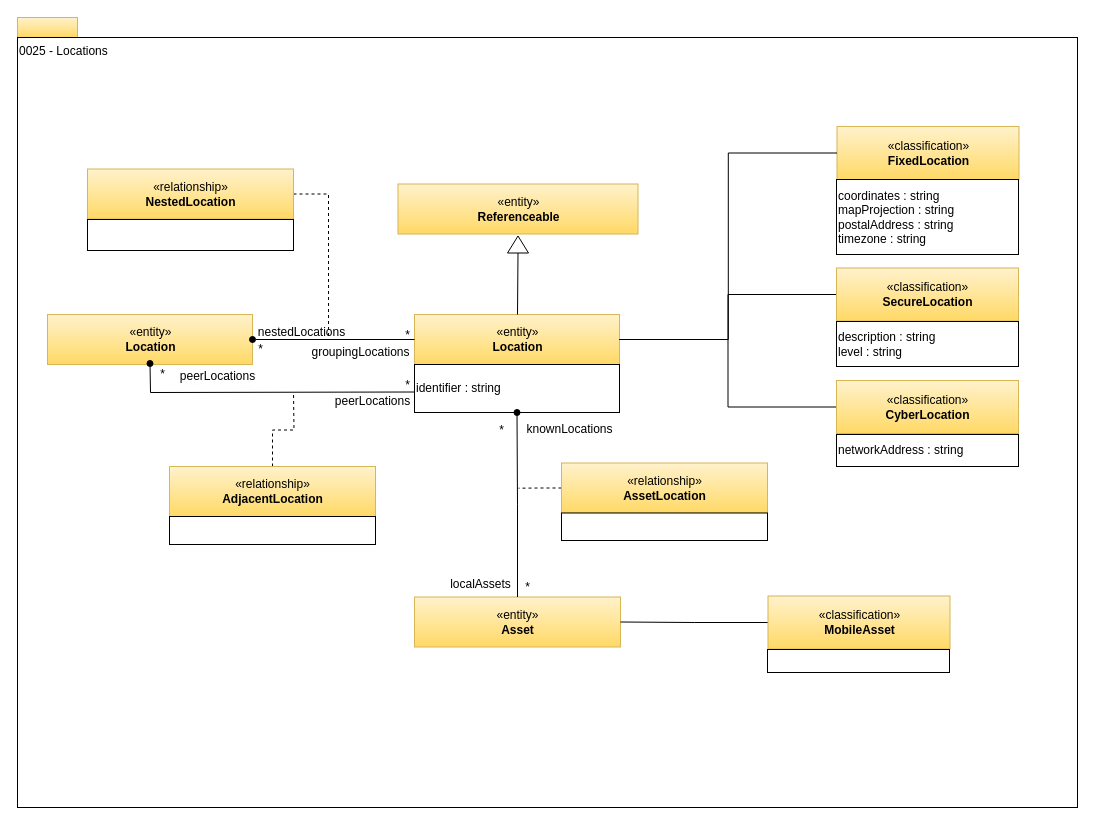
Before: page "0025-Locations" (17 of 32) of site/docs/types/0/area-0-basic-types-and-infrastructure.drawio in odpi/egeria-docs, a draw.io diagram. Source tidied: cells renumbered, new cells numbered last; positions are measured from the earlier drawing's top-left corner, leaving out a move shared by most shapes. Both pictures are drawn from the tidied source at 100%, with x=0, y=0 at pixel (17, 17).
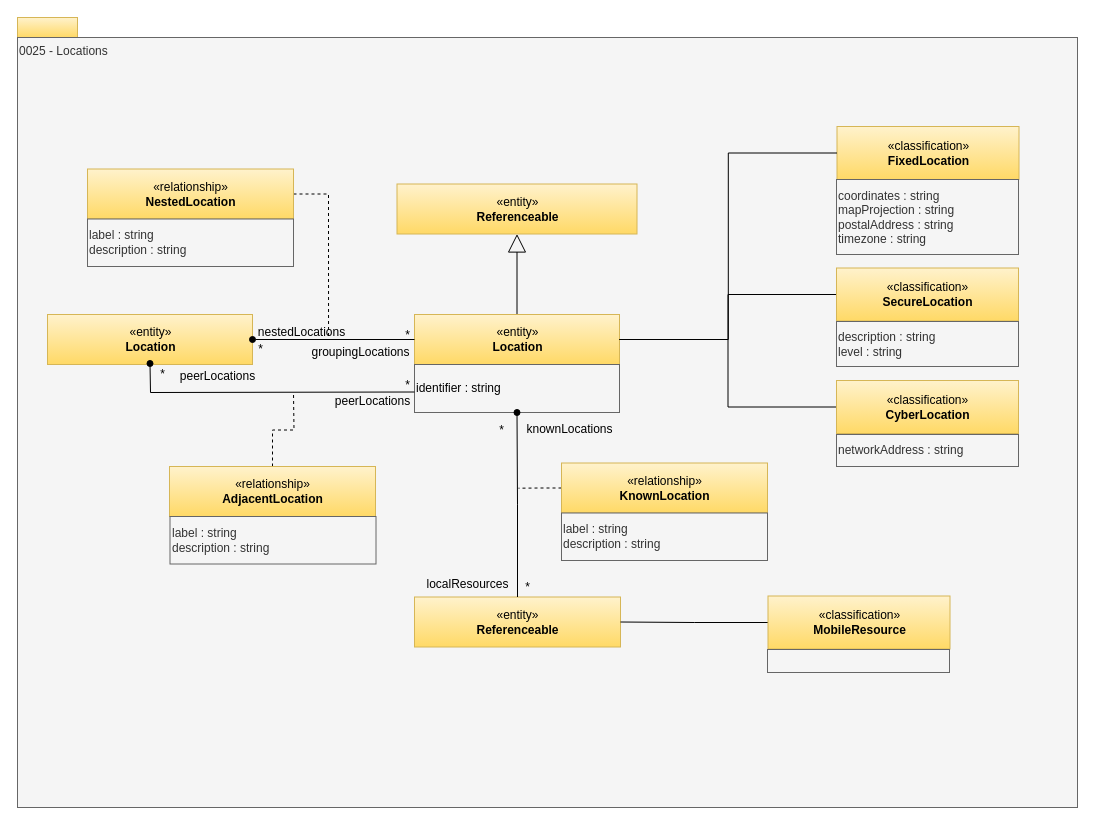
The same diagram, later.

The change refers to these unchanged cells:
```xml
<mxCell id="4" value="«entity»&lt;br&gt;&lt;b&gt;Location&lt;/b&gt;" style="html=1;strokeColor=#d6b656;align=center;fillColor=#fff2cc;gradientColor=#ffd966;" parent="1" vertex="1">
  <mxGeometry x="397" y="297" width="205" height="50" as="geometry" />
</mxCell>
```

Diff of the diagram source:
```diff
@@
-    <mxCell id="3" value="0025 - Locations" style="rounded=0;whiteSpace=wrap;html=1;align=left;verticalAlign=top;" parent="1" vertex="1">
+    <mxCell id="3" value="0025 - Locations" style="rounded=0;whiteSpace=wrap;html=1;align=left;verticalAlign=top;fillColor=#f5f5f5;fontColor=#333333;strokeColor=#666666;" parent="1" vertex="1">
       <mxGeometry y="20" width="1060" height="770" as="geometry" />
     </mxCell>
+    <mxCell id="47" style="edgeStyle=orthogonalEdgeStyle;rounded=0;jettySize=auto;html=1;exitX=0.5;exitY=0;exitDx=0;exitDy=0;entryX=0.5;entryY=1;entryDx=0;entryDy=0;endArrow=block;endFill=0;endSize=16;" parent="1" edge="1" source="4" target="35">
+      <mxGeometry relative="1" as="geometry" />
+    </mxCell>
@@
-    <mxCell id="5" value="«entity»&lt;br&gt;&lt;b&gt;Asset&lt;/b&gt;" style="html=1;strokeColor=#d6b656;align=center;fillColor=#fff2cc;gradientColor=#ffd966;" parent="1" vertex="1">
+    <mxCell id="5" value="«entity»&lt;br&gt;&lt;b&gt;Referenceable&lt;/b&gt;" style="html=1;strokeColor=#d6b656;align=center;fillColor=#fff2cc;gradientColor=#ffd966;" parent="1" vertex="1">
       <mxGeometry x="397" y="579.5" width="206" height="50" as="geometry" />
     </mxCell>
@@
-    <mxCell id="7" value="«relationship»&lt;br&gt;&lt;b&gt;AssetLocation&lt;/b&gt;" style="html=1;strokeColor=#d6b656;align=center;fillColor=#fff2cc;gradientColor=#ffd966;" parent="1" vertex="1">
+    <mxCell id="7" value="«relationship»&lt;br&gt;&lt;b&gt;KnownLocation&lt;/b&gt;" style="html=1;strokeColor=#d6b656;align=center;fillColor=#fff2cc;gradientColor=#ffd966;" parent="1" vertex="1">
       <mxGeometry x="544" y="445.5" width="206" height="50" as="geometry" />
     </mxCell>
-    <mxCell id="8" style="rounded=0;whiteSpace=wrap;html=1;strokeColor=#000000;gradientColor=#ffffff;align=left;" parent="1" vertex="1">
-      <mxGeometry x="544" y="495.5" width="206" height="27.5" as="geometry" />
+    <mxCell id="8" value="label : string&lt;div&gt;description : string&lt;/div&gt;" style="rounded=0;whiteSpace=wrap;html=1;strokeColor=#666666;align=left;fillColor=#f5f5f5;fontColor=#333333;" parent="1" vertex="1">
+      <mxGeometry x="544" y="495.5" width="206" height="47.5" as="geometry" />
     </mxCell>
@@
-    <mxCell id="12" value="localAssets" style="text;html=1;align=center;verticalAlign=top;spacingTop=-4;" parent="1" vertex="1">
-      <mxGeometry x="427" y="557" width="71" height="14" as="geometry" />
+    <mxCell id="12" value="localResources" style="text;html=1;align=center;verticalAlign=top;spacingTop=-4;" parent="1" vertex="1">
+      <mxGeometry x="400" y="556.5" width="100" height="20" as="geometry" />
     </mxCell>
@@
-    <mxCell id="15" value="coordinates : string&lt;br&gt;mapProjection : string&lt;br&gt;postalAddress : string&lt;br&gt;timezone : string" style="rounded=0;whiteSpace=wrap;html=1;strokeColor=#000000;gradientColor=#ffffff;align=left;" parent="1" vertex="1">
+    <mxCell id="15" value="coordinates : string&lt;br&gt;mapProjection : string&lt;br&gt;postalAddress : string&lt;br&gt;timezone : string" style="rounded=0;whiteSpace=wrap;html=1;strokeColor=#666666;align=left;fillColor=#f5f5f5;fontColor=#333333;" parent="1" vertex="1">
       <mxGeometry x="819" y="162" width="182" height="75" as="geometry" />
     </mxCell>
-    <mxCell id="16" value="identifier : string" style="rounded=0;whiteSpace=wrap;html=1;strokeColor=#000000;gradientColor=#ffffff;align=left;" parent="1" vertex="1">
+    <mxCell id="16" value="identifier : string" style="rounded=0;whiteSpace=wrap;html=1;strokeColor=#666666;align=left;fillColor=#f5f5f5;fontColor=#000000;" parent="1" vertex="1">
       <mxGeometry x="397" y="347" width="205" height="48" as="geometry" />
     </mxCell>
@@
-    <mxCell id="28" value="description : string&lt;br&gt;level : string&lt;br&gt;" style="rounded=0;whiteSpace=wrap;html=1;strokeColor=#000000;gradientColor=#ffffff;align=left;" parent="1" vertex="1">
+    <mxCell id="28" value="description : string&lt;br&gt;level : string&lt;br&gt;" style="rounded=0;whiteSpace=wrap;html=1;strokeColor=#666666;align=left;fillColor=#f5f5f5;fontColor=#333333;" parent="1" vertex="1">
       <mxGeometry x="819" y="304" width="182" height="45" as="geometry" />
     </mxCell>
@@
-    <mxCell id="31" value="networkAddress : string" style="rounded=0;whiteSpace=wrap;html=1;strokeColor=#000000;gradientColor=#ffffff;align=left;" parent="1" vertex="1">
+    <mxCell id="31" value="networkAddress : string" style="rounded=0;whiteSpace=wrap;html=1;strokeColor=#666666;align=left;fillColor=#f5f5f5;fontColor=#333333;" parent="1" vertex="1">
       <mxGeometry x="819" y="417" width="182" height="32" as="geometry" />
     </mxCell>
@@
-    <mxCell id="33" value="«classification»&lt;br&gt;&lt;b&gt;MobileAsset&lt;/b&gt;" style="html=1;strokeColor=#d6b656;align=center;fillColor=#fff2cc;gradientColor=#ffd966;" parent="1" vertex="1">
+    <mxCell id="33" value="«classification»&lt;br&gt;&lt;b&gt;MobileResource&lt;/b&gt;" style="html=1;strokeColor=#d6b656;align=center;fillColor=#fff2cc;gradientColor=#ffd966;" parent="1" vertex="1">
       <mxGeometry x="750.5" y="578.5" width="182" height="53" as="geometry" />
     </mxCell>
-    <mxCell id="34" style="rounded=0;whiteSpace=wrap;html=1;strokeColor=#000000;gradientColor=#ffffff;align=left;" parent="1" vertex="1">
+    <mxCell id="34" style="rounded=0;whiteSpace=wrap;html=1;strokeColor=#666666;align=left;fillColor=#f5f5f5;fontColor=#333333;" parent="1" vertex="1">
       <mxGeometry x="750" y="632" width="182" height="23" as="geometry" />
     </mxCell>
     <mxCell id="35" value="«entity»&lt;br&gt;&lt;b&gt;Referenceable&lt;/b&gt;" style="html=1;strokeColor=#d6b656;align=center;fillColor=#fff2cc;gradientColor=#ffd966;" parent="1" vertex="1">
-      <mxGeometry x="380.5" y="166.5" width="240" height="50" as="geometry" />
+      <mxGeometry x="379.5" y="166.5" width="240" height="50" as="geometry" />
     </mxCell>
-    <mxCell id="36" style="edgeStyle=orthogonalEdgeStyle;rounded=0;html=1;exitX=0;exitY=0.5;entryX=0.5;entryY=0;jettySize=auto;endArrow=none;endFill=0;" parent="1" edge="1" source="37">
-      <mxGeometry relative="1" as="geometry">
-        <mxPoint x="500" y="297" as="targetPoint" />
-      </mxGeometry>
-    </mxCell>
-    <mxCell id="37" style="triangle;whiteSpace=wrap;html=1;strokeColor=#000000;gradientColor=#ffffff;align=center;rotation=-90;" parent="1" vertex="1">
-      <mxGeometry x="492" y="216.5" width="17" height="21" as="geometry" />
-    </mxCell>
@@
-    <mxCell id="40" style="rounded=0;whiteSpace=wrap;html=1;strokeColor=#000000;gradientColor=#ffffff;align=left;" parent="1" vertex="1">
-      <mxGeometry x="70" y="202" width="206" height="31" as="geometry" />
-    </mxCell>
@@
-    <mxCell id="43" style="rounded=0;whiteSpace=wrap;html=1;strokeColor=#000000;gradientColor=#ffffff;align=left;" parent="1" vertex="1">
-      <mxGeometry x="152" y="499" width="206" height="28" as="geometry" />
-    </mxCell>
@@
+    <mxCell id="48" value="label : string&lt;div&gt;description : string&lt;/div&gt;" style="rounded=0;whiteSpace=wrap;html=1;strokeColor=#666666;align=left;fillColor=#f5f5f5;fontColor=#333333;" parent="1" vertex="1">
+      <mxGeometry x="70" y="201.5" width="206" height="47.5" as="geometry" />
+    </mxCell>
+    <mxCell id="49" value="label : string&lt;div&gt;description : string&lt;/div&gt;" style="rounded=0;whiteSpace=wrap;html=1;strokeColor=#666666;align=left;fillColor=#f5f5f5;fontColor=#333333;" parent="1" vertex="1">
+      <mxGeometry x="152.5" y="499" width="206" height="47.5" as="geometry" />
+    </mxCell>
```
